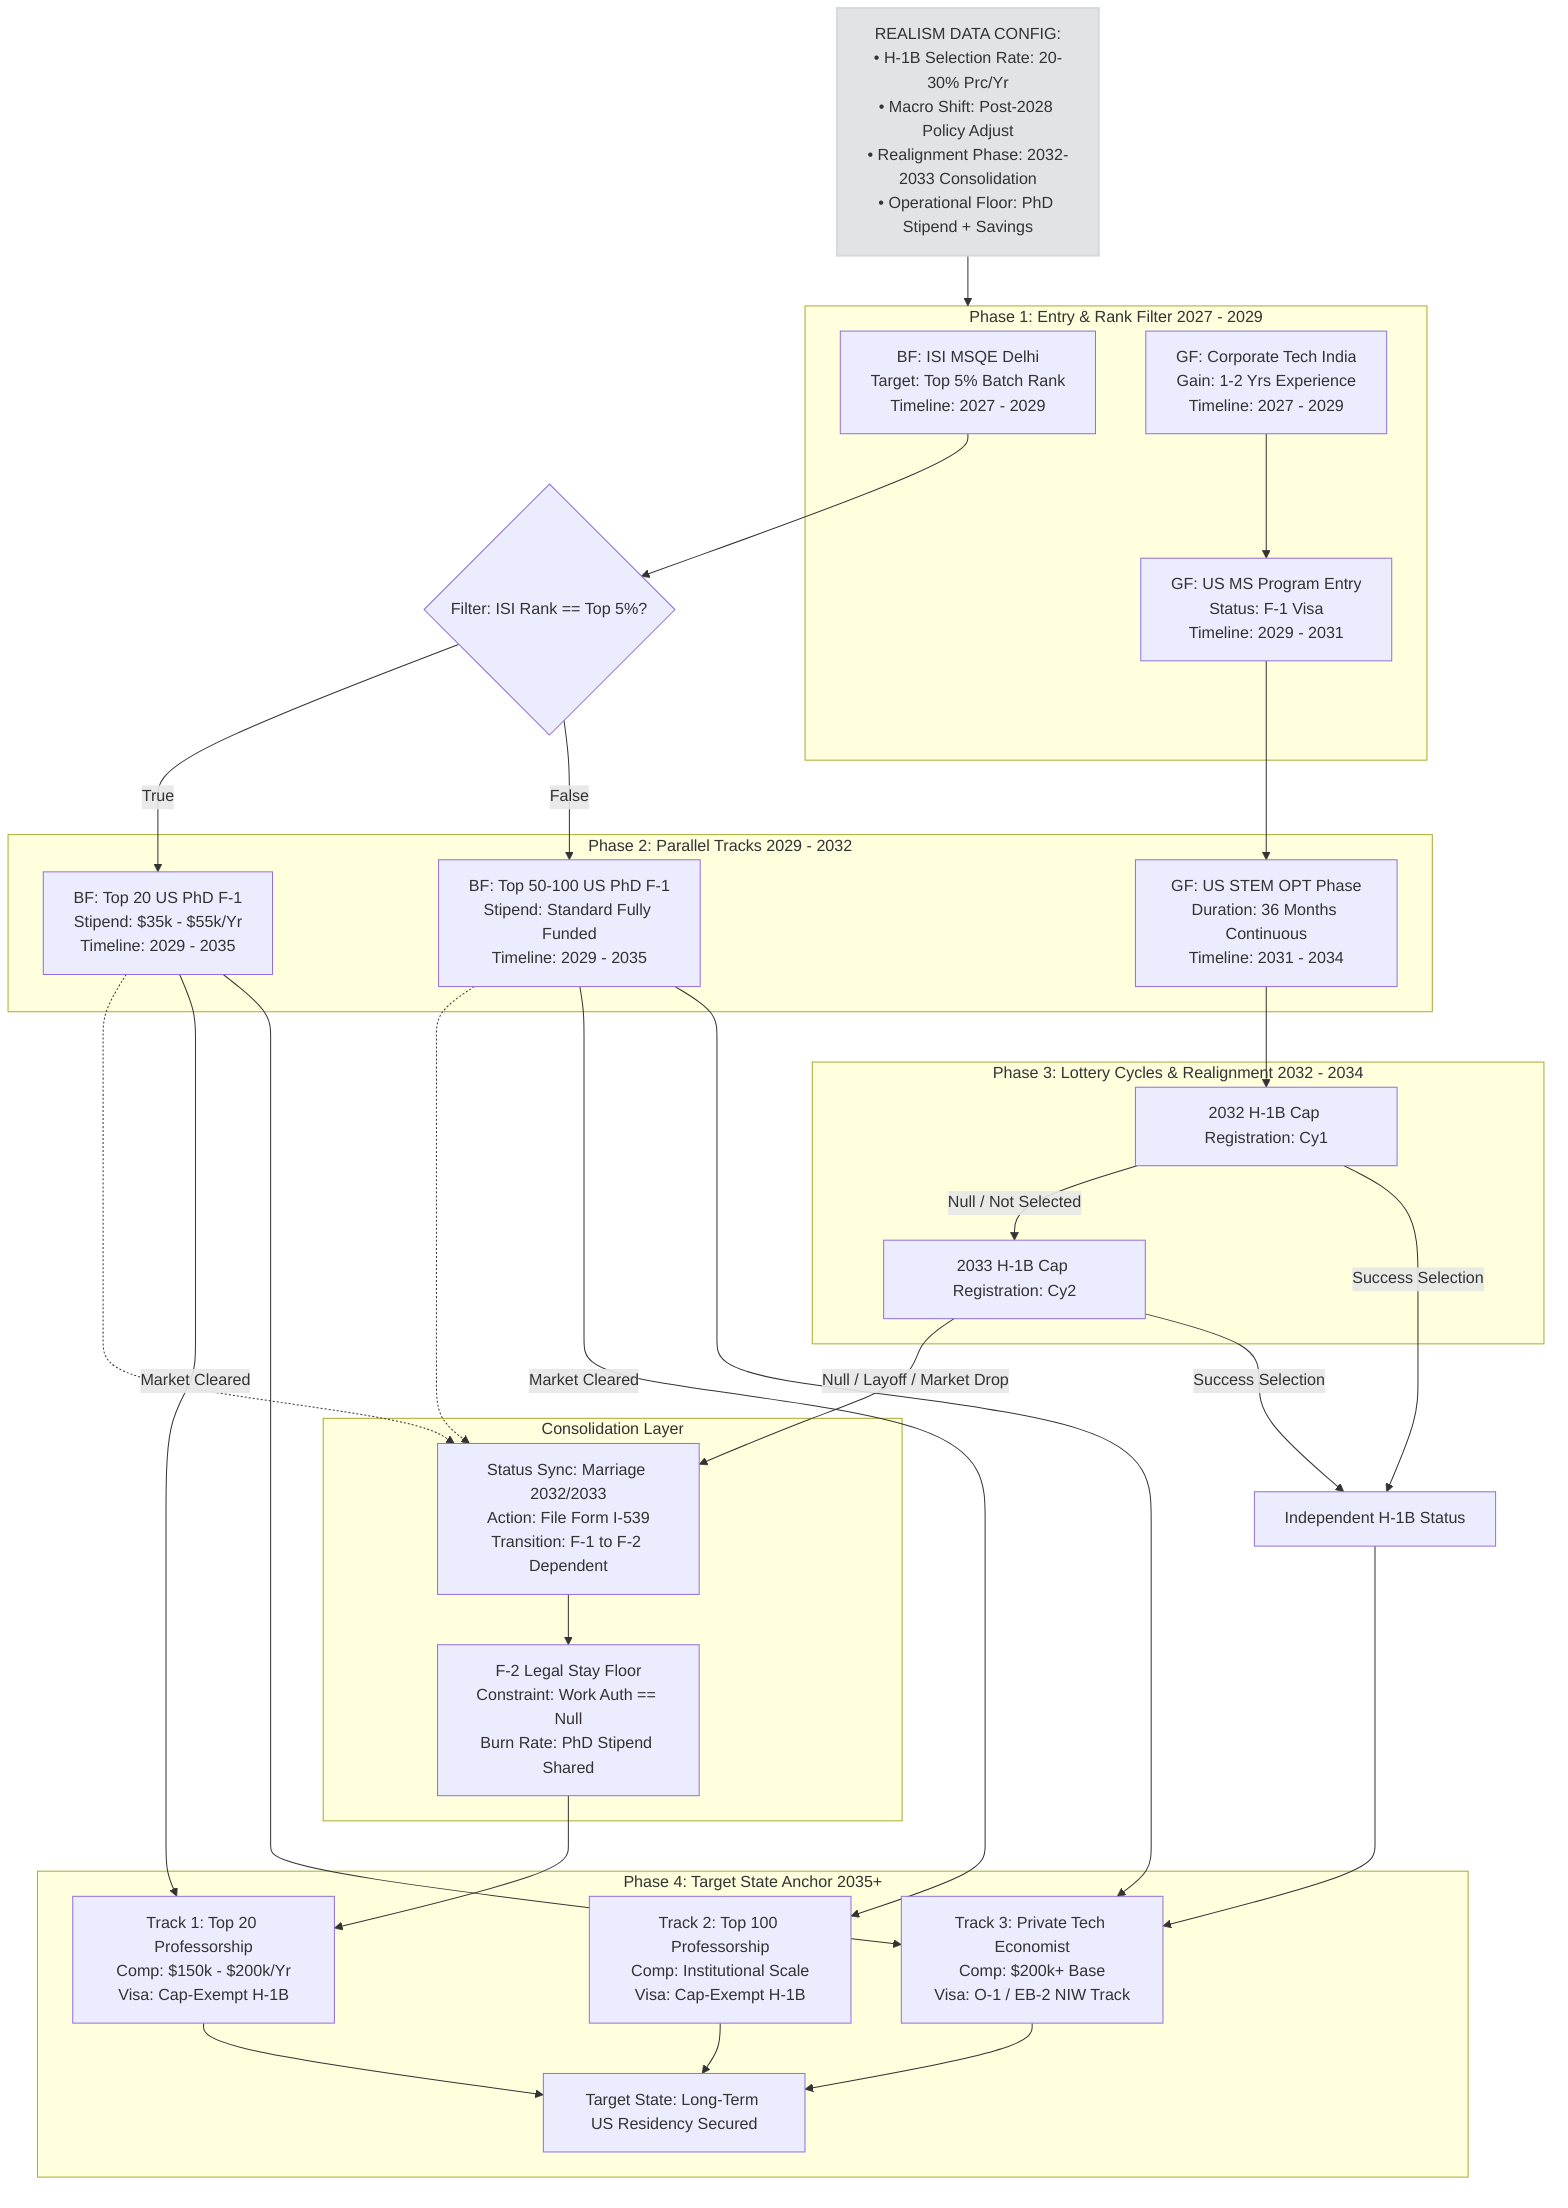
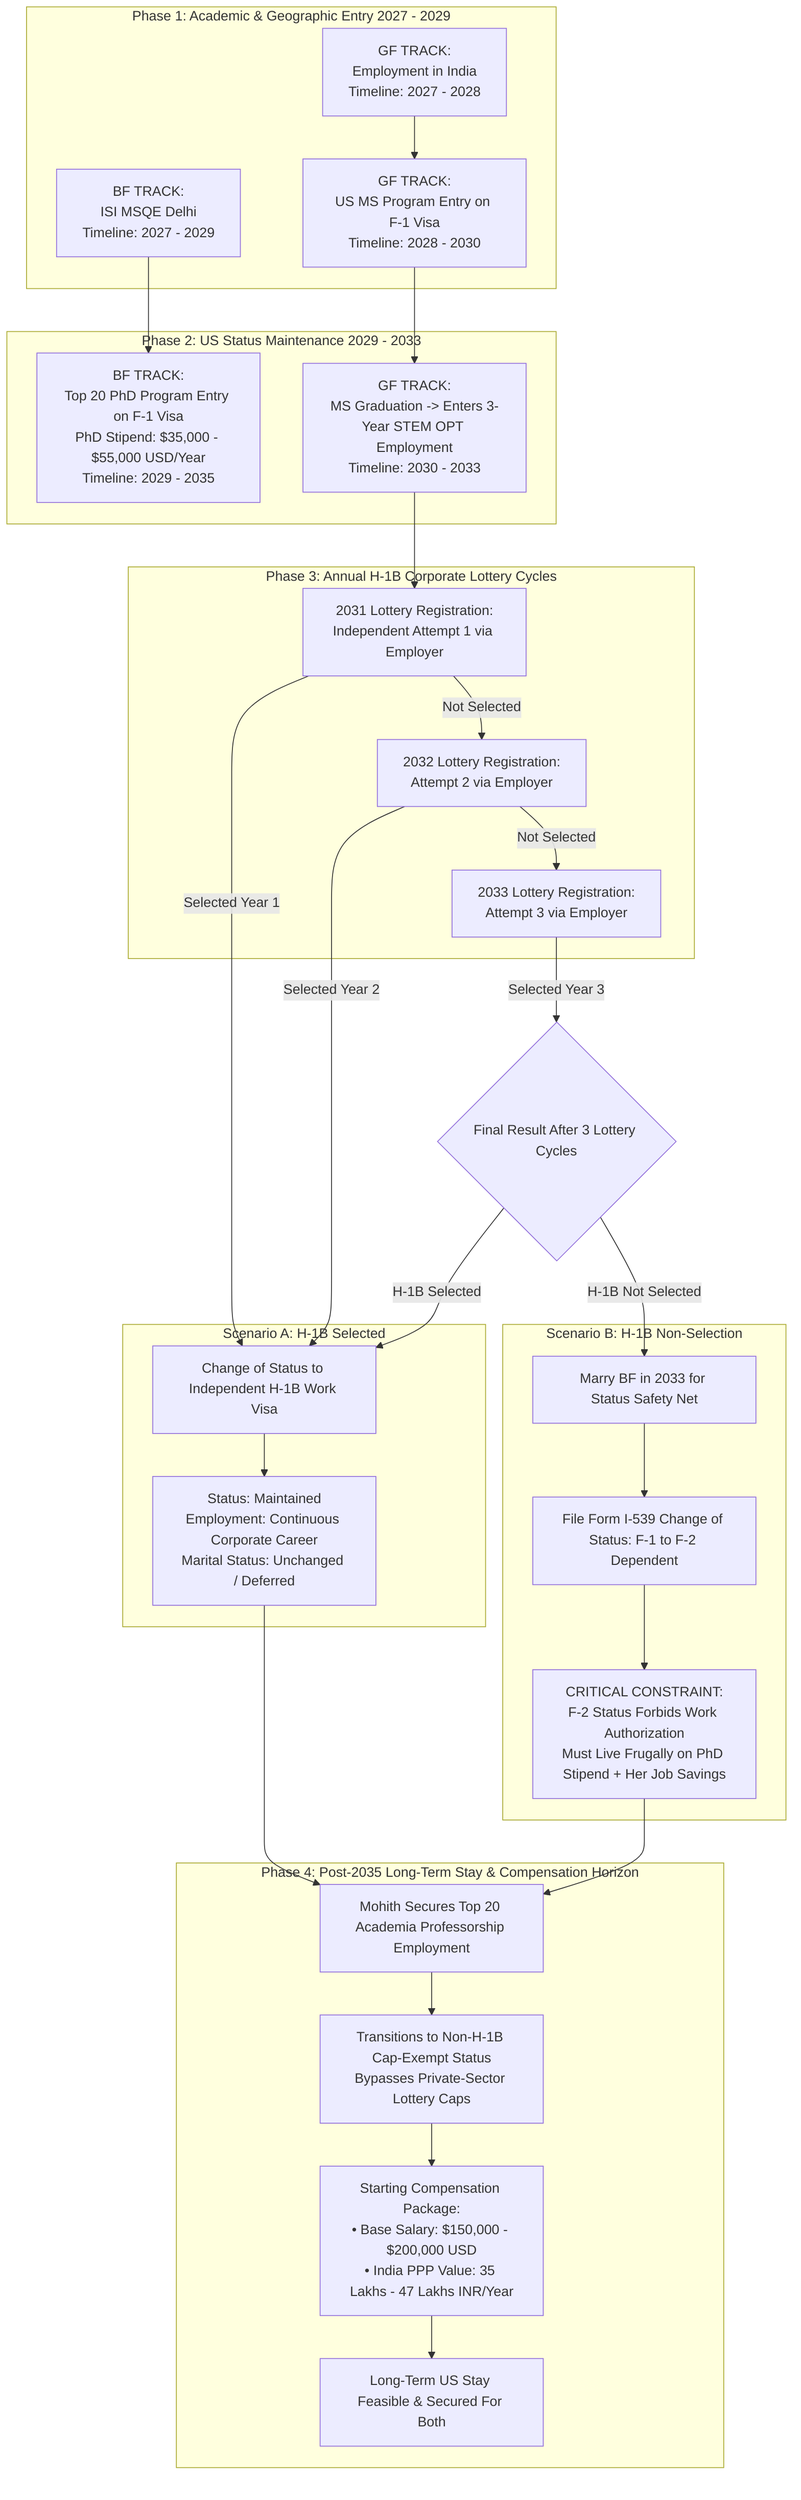
graph TD
    %% ---------------------------------------------
-     %% DATA NODES & PARAMETERS
+     %% PHASE 1: INITIAL SEPARATION
    %% ---------------------------------------------
-     Note_0[REALISM DATA CONFIG:<br>• H-1B Selection Rate: 20-30% Prc/Yr<br>• Macro Shift: Post-2028 Policy Adjust<br>• Realignment Phase: 2032-2033 Consolidation<br>• Operational Floor: PhD Stipend + Savings]
-     style Note_0 fill:#e2e3e5,stroke:#d6d8db,stroke-width:2px
+     subgraph Phase_1 [Phase 1: Academic & Geographic Entry 2027 - 2029]
+         Track_A1[BF TRACK:<br>ISI MSQE Delhi<br>Timeline: 2027 - 2029]

-     %% PHASE 1
-     subgraph P1 [Phase 1: Entry & Rank Filter 2027 - 2029]
-         A_MSQE[BF: ISI MSQE Delhi<br>Target: Top 5% Batch Rank<br>Timeline: 2027 - 2029]
-         B_IND[GF: Corporate Tech India<br>Gain: 1-2 Yrs Experience<br>Timeline: 2027 - 2029]
-         B_USMS[GF: US MS Program Entry<br>Status: F-1 Visa<br>Timeline: 2029 - 2031]
+         Track_B1[GF TRACK:<br>Employment in India<br>Timeline: 2027 - 2028]
+         Track_B2[GF TRACK:<br>US MS Program Entry on F-1 Visa<br>Timeline: 2028 - 2030]

-         B_IND --> B_USMS
+         Track_B1 --> Track_B2
    end

-     Note_0 --> P1
+     %% ---------------------------------------------
+     %% PHASE 2: PARALLEL US STATUS & FINANCIALS
+     %% ---------------------------------------------
+     subgraph Phase_2 [Phase 2: US Status Maintenance 2029 - 2033]
+         Track_A2[BF TRACK:<br>Top 20 PhD Program Entry on F-1 Visa<br>PhD Stipend: $35,000 - $55,000 USD/Year<br>Timeline: 2029 - 2035]

-     %% FILTERS & FORKS
-     Rank_Check{Filter: ISI Rank == Top 5%?}
-     A_MSQE --> Rank_Check
- 
-     %% PHASE 2
-     subgraph P2 [Phase 2: Parallel Tracks 2029 - 2032]
-         A_PhD_T20[BF: Top 20 US PhD F-1<br>Stipend: $35k - $55k/Yr<br>Timeline: 2029 - 2035]
-         A_PhD_T100[BF: Top 50-100 US PhD F-1<br>Stipend: Standard Fully Funded<br>Timeline: 2029 - 2035]
-         B_OPT[GF: US STEM OPT Phase<br>Duration: 36 Months Continuous<br>Timeline: 2031 - 2034]
+         Track_B3[GF TRACK:<br>MS Graduation -> Enters 3-Year STEM OPT Employment<br>Timeline: 2030 - 2033]
    end

-     Rank_Check -- "True" --> A_PhD_T20
-     Rank_Check -- "False" --> A_PhD_T100
-     B_USMS --> B_OPT
+     Track_A1 --> Track_A2
+     Track_B2 --> Track_B3

-     %% PHASE 3
-     subgraph P3 [Phase 3: Lottery Cycles & Realignment 2032 - 2034]
-         L1[2032 H-1B Cap Registration: Cy1]
-         L2[2033 H-1B Cap Registration: Cy2]
+     %% ---------------------------------------------
+     %% PHASE 3: ANNUAL LOTTERY REGISTRATIONS
+     %% ---------------------------------------------
+     subgraph Phase_3 [Phase 3: Annual H-1B Corporate Lottery Cycles]
+         L1[2031 Lottery Registration:<br>Independent Attempt 1 via Employer]
+         L2[2032 Lottery Registration:<br>Attempt 2 via Employer]
+         L3[2033 Lottery Registration:<br>Attempt 3 via Employer]

-         B_OPT --> L1
-         L1 -- "Null / Not Selected" --> L2
+         L1 -- Not Selected --> L2
+         L2 -- Not Selected --> L3
    end

-     %% REALIGNMENT CONTROL LOGIC
-     subgraph Realignment [Consolidation Layer]
-         M_33[Status Sync: Marriage 2032/2033<br>Action: File Form I-539<br>Transition: F-1 to F-2 Dependent]
-         F2_Stay[F-2 Legal Stay Floor<br>Constraint: Work Auth == Null<br>Burn Rate: PhD Stipend Shared]
-         M_33 --> F2_Stay
+     Track_B3 --> L1
+ 
+     %% ---------------------------------------------
+     %% DECISION FORK (POST-LOTTERY 3)
+     %% ---------------------------------------------
+     Decision{Final Result After 3 Lottery Cycles}
+     L1 -- Selected Year 1 --> H1B_App
+     L2 -- Selected Year 2 --> H1B_App
+     L3 -- Selected Year 3 --> Decision
+ 
+     %% SCENARIO A: H-1B SELECTION
+     subgraph Scenario_A [Scenario A: H-1B Selected]
+         H1B_App[Change of Status to Independent H-1B Work Visa]
+         Maintain_Ind[Status: Maintained<br>Employment: Continuous Corporate Career<br>Marital Status: Unchanged / Deferred]
+ 
+         H1B_App --> Maintain_Ind
    end

-     L2 -- "Null / Layoff / Market Drop" --> M_33
-     A_PhD_T20 -.-> M_33
-     A_PhD_T100 -.-> M_33
+     %% SCENARIO B: H-1B NON-SELECTION
+     subgraph Scenario_B [Scenario B: H-1B Non-Selection]
+         Action_Marry[Marry BF in 2033 for Status Safety Net]
+         F2_Filing[File Form I-539 Change of Status: F-1 to F-2 Dependent]
+         Frugal_Living[CRITICAL CONSTRAINT:<br>F-2 Status Forbids Work Authorization<br>Must Live Frugally on PhD Stipend + Her Job Savings]

-     %% PHASE 4
-     subgraph P4 [Phase 4: Target State Anchor 2035+]
-         Out_Acad_T20[Track 1: Top 20 Professorship<br>Comp: $150k - $200k/Yr<br>Visa: Cap-Exempt H-1B]
-         Out_Acad_T100[Track 2: Top 100 Professorship<br>Comp: Institutional Scale<br>Visa: Cap-Exempt H-1B]
-         Out_Ind_Econ[Track 3: Private Tech Economist<br>Comp: $200k+ Base<br>Visa: O-1 / EB-2 NIW Track]
- 
-         System_Locked[Target State: Long-Term US Residency Secured]
- 
-         Out_Acad_T20 --> System_Locked
-         Out_Acad_T100 --> System_Locked
-         Out_Ind_Econ --> System_Locked
+         Action_Marry --> F2_Filing
+         F2_Filing --> Frugal_Living
    end

-     %% INTERSECT ROUTING
-     L1 -- "Success Selection" --> Corp_H1B[Independent H-1B Status]
-     L2 -- "Success Selection" --> Corp_H1B
-     Corp_H1B --> Out_Ind_Econ
+     Decision -- H-1B Selected --> H1B_App
+     Decision -- H-1B Not Selected --> Action_Marry

-     F2_Stay --> Out_Acad_T20
-     A_PhD_T20 -- "Market Cleared" --> Out_Acad_T20
-     A_PhD_T100 -- "Market Cleared" --> Out_Acad_T100
-     A_PhD_T20 --> Out_Ind_Econ
-     A_PhD_T100 --> Out_Ind_Econ
+     %% ---------------------------------------------
+     %% PHASE 4: POST-2035 HORIZON
+     %% ---------------------------------------------
+     subgraph Phase_4 [Phase 4: Post-2035 Long-Term Stay & Compensation Horizon]
+         Academia_Job[Mohith Secures Top 20 Academia Professorship Employment]
+         Cap_Exempt[Transitions to Non-H-1B Cap-Exempt Status<br>Bypasses Private-Sector Lottery Caps]
+         Salary_Package[Starting Compensation Package:<br>• Base Salary: $150,000 - $200,000 USD<br>• India PPP Value: 35 Lakhs - 47 Lakhs INR/Year]
+         Long_Term_Stay[Long-Term US Stay Feasible & Secured For Both]
+ 
+         Academia_Job --> Cap_Exempt
+         Cap_Exempt --> Salary_Package
+         Salary_Package --> Long_Term_Stay
+     end
+ 
+     Maintain_Ind --> Academia_Job
+     Frugal_Living --> Academia_Job
